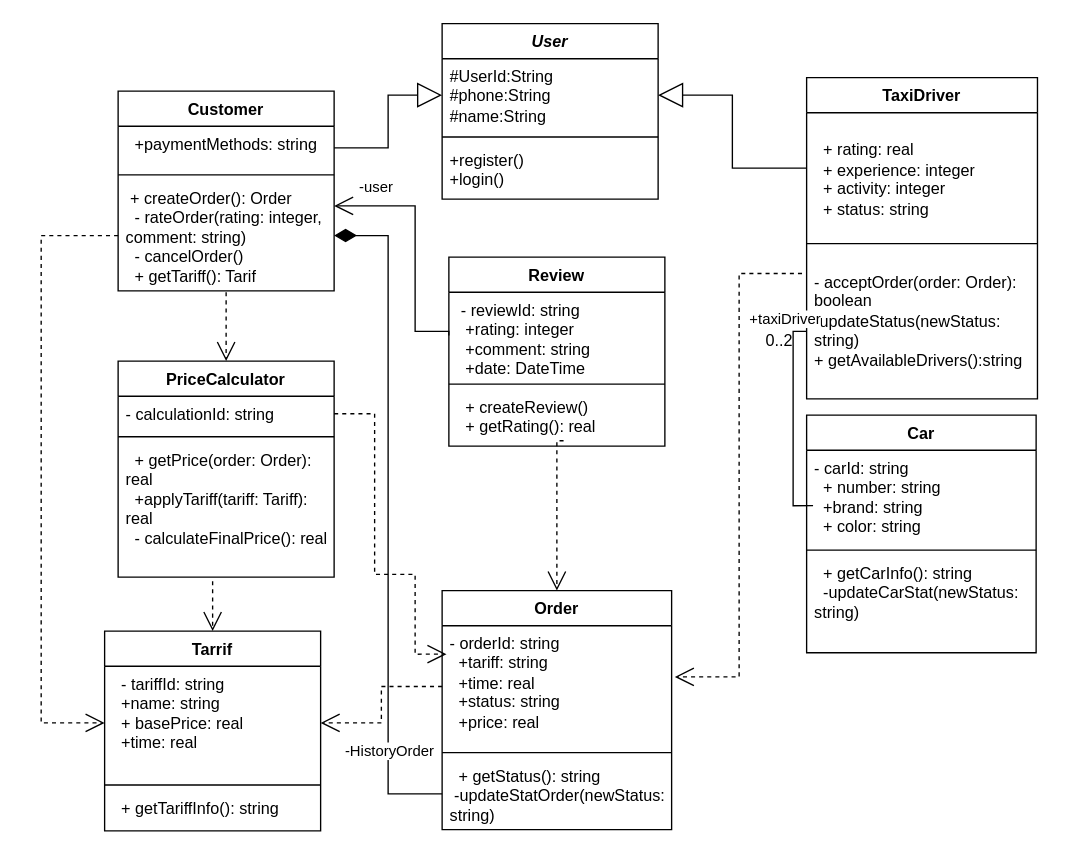
This is лаба2/диаграмма классов.drawio from googlevlad/Lebedkin_vlad_ooap_lab1, a draw.io file, before an edit. Source tidied: cells renumbered, new cells numbered last; positions are measured from the earlier drawing's top-left corner, leaving out a move shared by most shapes. Both pictures are drawn from the tidied source at 135%, with x=0, y=0 at pixel (40, 23).
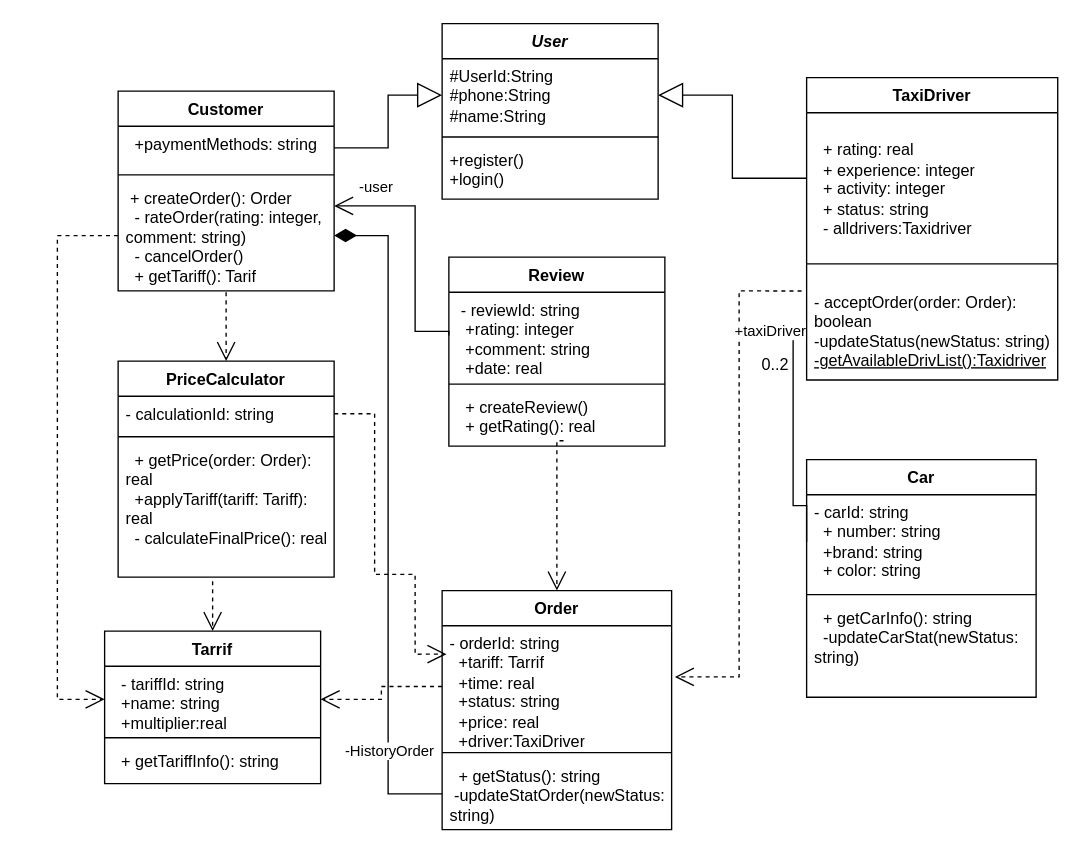
Above is the later version.

The change refers to these unchanged cells:
```xml
<mxCell id="9" value="&lt;div&gt;&amp;nbsp;+ createOrder(): Order&lt;/div&gt;&lt;div&gt;&amp;nbsp; - rateOrder(rating: integer, comment: string)&lt;/div&gt;&lt;div&gt;&amp;nbsp; - cancelOrder()&lt;/div&gt;&lt;div&gt;&amp;nbsp; + getTariff(): Tarif&lt;/div&gt;" style="text;strokeColor=none;fillColor=none;align=left;verticalAlign=top;spacingLeft=4;spacingRight=4;overflow=hidden;points=[[0,0.5],[1,0.5]];portConstraint=eastwest;whiteSpace=wrap;html=1;" parent="6" vertex="1">
  <mxGeometry y="66" width="160" height="82" as="geometry" />
</mxCell>
<mxCell id="18" value="Order" style="swimlane;fontStyle=1;align=center;verticalAlign=top;horizontal=1;startSize=26;whiteSpace=wrap;html=1;" parent="1" vertex="1">
  <mxGeometry x="297" y="420" width="170" height="177" as="geometry" />
</mxCell>
<mxCell id="23" value="&lt;div&gt;- carId: string&lt;/div&gt;&lt;div&gt;&amp;nbsp; + number: string&lt;/div&gt;&lt;div&gt;&amp;nbsp; +brand: string&lt;/div&gt;&lt;div&gt;&amp;nbsp; + color: string&lt;/div&gt;" style="text;strokeColor=none;fillColor=none;align=left;verticalAlign=top;spacingLeft=4;spacingRight=4;overflow=hidden;points=[[0,0.5],[1,0.5]];portConstraint=eastwest;whiteSpace=wrap;html=1;" parent="22" vertex="1">
  <mxGeometry y="26" width="170" height="70" as="geometry" />
</mxCell>
<mxCell id="30" value="Review" style="swimlane;fontStyle=1;align=center;verticalAlign=top;horizontal=1;startSize=26;whiteSpace=wrap;html=1;" parent="1" vertex="1">
  <mxGeometry x="302" y="173" width="160" height="140" as="geometry" />
</mxCell>
```

Diff of the diagram source:
```diff
@@
     <mxCell id="10" value="TaxiDriver" style="swimlane;fontStyle=1;align=center;verticalAlign=top;horizontal=1;startSize=26;whiteSpace=wrap;html=1;" parent="1" vertex="1">
-      <mxGeometry x="567" y="40" width="171" height="238" as="geometry" />
+      <mxGeometry x="567" y="40" width="186" height="224" as="geometry" />
     </mxCell>
-    <mxCell id="11" value="&lt;div&gt;&lt;br&gt;&lt;/div&gt;&lt;div&gt;&amp;nbsp; + rating: real&lt;/div&gt;&lt;div&gt;&amp;nbsp; + experience: integer&lt;/div&gt;&lt;div&gt;&amp;nbsp; + activity: integer&lt;/div&gt;&lt;div&gt;&amp;nbsp; + status: string&lt;/div&gt;&lt;div&gt;&amp;nbsp;&amp;nbsp;&lt;/div&gt;&lt;div&gt;&amp;nbsp;&amp;nbsp;&lt;br&gt;&lt;/div&gt;" style="text;strokeColor=none;fillColor=none;align=left;verticalAlign=top;spacingLeft=4;spacingRight=4;overflow=hidden;points=[[0,0.5],[1,0.5]];portConstraint=eastwest;whiteSpace=wrap;html=1;" parent="10" vertex="1">
-      <mxGeometry y="26" width="171" height="82" as="geometry" />
+    <mxCell id="11" value="&lt;div&gt;&lt;br&gt;&lt;/div&gt;&lt;div&gt;&amp;nbsp; + rating: real&lt;/div&gt;&lt;div&gt;&amp;nbsp; + experience: integer&lt;/div&gt;&lt;div&gt;&amp;nbsp; + activity: integer&lt;/div&gt;&lt;div&gt;&amp;nbsp; + status: string&lt;/div&gt;&lt;div&gt;&amp;nbsp; - alldrivers:Taxidriver&lt;/div&gt;&lt;div&gt;&amp;nbsp;&amp;nbsp;&lt;/div&gt;&lt;div&gt;&amp;nbsp;&amp;nbsp;&lt;br&gt;&lt;/div&gt;" style="text;strokeColor=none;fillColor=none;align=left;verticalAlign=top;spacingLeft=4;spacingRight=4;overflow=hidden;points=[[0,0.5],[1,0.5]];portConstraint=eastwest;whiteSpace=wrap;html=1;" parent="10" vertex="1">
+      <mxGeometry y="26" width="186" height="97" as="geometry" />
     </mxCell>
     <mxCell id="12" style="line;strokeWidth=1;fillColor=none;align=left;verticalAlign=middle;spacingTop=-1;spacingLeft=3;spacingRight=3;labelPosition=right;strokeColor=inherit;" parent="10" vertex="1">
-      <mxGeometry y="108" width="171" height="30" as="geometry" />
+      <mxGeometry y="123" width="186" height="30" as="geometry" />
     </mxCell>
-    <mxCell id="13" value="&lt;div&gt;- acceptOrder(order: Order): boolean&lt;/div&gt;&lt;div&gt;-updateStatus(newStatus: string)&lt;/div&gt;&lt;div&gt;+ getAvailableDrivers():string&lt;/div&gt;" style="text;strokeColor=none;fillColor=none;align=left;verticalAlign=top;spacingLeft=4;spacingRight=4;overflow=hidden;points=[[0,0.5],[1,0.5]];portConstraint=eastwest;whiteSpace=wrap;html=1;" parent="10" vertex="1">
-      <mxGeometry y="138" width="171" height="100" as="geometry" />
+    <mxCell id="13" value="&lt;div&gt;- acceptOrder(order: Order): boolean&lt;/div&gt;&lt;div&gt;-updateStatus(newStatus: string)&lt;/div&gt;&lt;div&gt;&lt;u&gt;-getAvailableDrivList():Taxidriver&lt;/u&gt;&lt;/div&gt;" style="text;strokeColor=none;fillColor=none;align=left;verticalAlign=top;spacingLeft=4;spacingRight=4;overflow=hidden;points=[[0,0.5],[1,0.5]];portConstraint=eastwest;whiteSpace=wrap;html=1;" parent="10" vertex="1">
+      <mxGeometry y="153" width="186" height="71" as="geometry" />
     </mxCell>
@@
-    <mxCell id="19" value="&lt;div&gt;- orderId: string&lt;/div&gt;&lt;div&gt;&amp;nbsp; +tariff: string&lt;/div&gt;&lt;div&gt;&amp;nbsp; +time: real&lt;/div&gt;&lt;div&gt;&lt;span style=&quot;background-color: transparent; color: light-dark(rgb(0, 0, 0), rgb(255, 255, 255));&quot;&gt;&amp;nbsp; +status: string&lt;/span&gt;&lt;/div&gt;&lt;div&gt;&amp;nbsp; +price: real&lt;/div&gt;" style="text;strokeColor=none;fillColor=none;align=left;verticalAlign=top;spacingLeft=4;spacingRight=4;overflow=hidden;points=[[0,0.5],[1,0.5]];portConstraint=eastwest;whiteSpace=wrap;html=1;" parent="18" vertex="1">
+    <mxCell id="19" value="&lt;div&gt;- orderId: string&lt;/div&gt;&lt;div&gt;&amp;nbsp; +tariff: Tarrif&lt;/div&gt;&lt;div&gt;&amp;nbsp; +time: real&lt;/div&gt;&lt;div&gt;&lt;span style=&quot;background-color: transparent; color: light-dark(rgb(0, 0, 0), rgb(255, 255, 255));&quot;&gt;&amp;nbsp; +status: string&lt;/span&gt;&lt;/div&gt;&lt;div&gt;&amp;nbsp; +price: real&lt;/div&gt;&lt;div&gt;&amp;nbsp; +driver:TaxiDriver&lt;/div&gt;" style="text;strokeColor=none;fillColor=none;align=left;verticalAlign=top;spacingLeft=4;spacingRight=4;overflow=hidden;points=[[0,0.5],[1,0.5]];portConstraint=eastwest;whiteSpace=wrap;html=1;" parent="18" vertex="1">
       <mxGeometry y="26" width="170" height="90" as="geometry" />
     </mxCell>
@@
     <mxCell id="22" value="Car" style="swimlane;fontStyle=1;align=center;verticalAlign=top;horizontal=1;startSize=26;whiteSpace=wrap;html=1;" parent="1" vertex="1">
-      <mxGeometry x="567" y="290" width="170" height="176" as="geometry" />
+      <mxGeometry x="567" y="323" width="170" height="176" as="geometry" />
     </mxCell>
@@
     <mxCell id="26" value="Tarrif" style="swimlane;fontStyle=1;align=center;verticalAlign=top;horizontal=1;startSize=26;whiteSpace=wrap;html=1;" parent="1" vertex="1">
-      <mxGeometry x="47" y="450" width="160" height="148" as="geometry" />
+      <mxGeometry x="47" y="450" width="160" height="113" as="geometry" />
     </mxCell>
-    <mxCell id="27" value="&lt;div&gt;&amp;nbsp; - tariffId: string&lt;/div&gt;&lt;div&gt;&amp;nbsp; +name: string&lt;/div&gt;&lt;div&gt;&amp;nbsp; + basePrice: real&lt;/div&gt;&lt;div&gt;&amp;nbsp; +time: real&lt;/div&gt;" style="text;strokeColor=none;fillColor=none;align=left;verticalAlign=top;spacingLeft=4;spacingRight=4;overflow=hidden;points=[[0,0.5],[1,0.5]];portConstraint=eastwest;whiteSpace=wrap;html=1;" parent="26" vertex="1">
-      <mxGeometry y="26" width="160" height="84" as="geometry" />
+    <mxCell id="27" value="&lt;div&gt;&amp;nbsp; - tariffId: string&lt;/div&gt;&lt;div&gt;&amp;nbsp; +name: string&lt;/div&gt;&lt;div&gt;&amp;nbsp; +multiplier:real&lt;/div&gt;&lt;div&gt;&amp;nbsp;&amp;nbsp;&lt;/div&gt;" style="text;strokeColor=none;fillColor=none;align=left;verticalAlign=top;spacingLeft=4;spacingRight=4;overflow=hidden;points=[[0,0.5],[1,0.5]];portConstraint=eastwest;whiteSpace=wrap;html=1;" parent="26" vertex="1">
+      <mxGeometry y="26" width="160" height="49" as="geometry" />
     </mxCell>
     <mxCell id="28" style="line;strokeWidth=1;fillColor=none;align=left;verticalAlign=middle;spacingTop=-1;spacingLeft=3;spacingRight=3;labelPosition=right;strokeColor=inherit;" parent="26" vertex="1">
-      <mxGeometry y="110" width="160" height="8" as="geometry" />
+      <mxGeometry y="75" width="160" height="8" as="geometry" />
     </mxCell>
     <mxCell id="29" value="&lt;div&gt;&lt;span style=&quot;background-color: transparent; color: light-dark(rgb(0, 0, 0), rgb(255, 255, 255));&quot;&gt;&amp;nbsp; + getTariffInfo(): string&lt;/span&gt;&lt;/div&gt;" style="text;strokeColor=none;fillColor=none;align=left;verticalAlign=top;spacingLeft=4;spacingRight=4;overflow=hidden;whiteSpace=wrap;html=1;" parent="26" vertex="1">
-      <mxGeometry y="118" width="160" height="30" as="geometry" />
+      <mxGeometry y="83" width="160" height="30" as="geometry" />
     </mxCell>
@@
-    <mxCell id="31" value="&lt;div&gt;&amp;nbsp;- reviewId: string&lt;/div&gt;&lt;div&gt;&amp;nbsp; +rating: integer&lt;/div&gt;&lt;div&gt;&amp;nbsp; +comment: string&lt;/div&gt;&lt;div&gt;&amp;nbsp; +date: DateTime&lt;/div&gt;" style="text;strokeColor=none;fillColor=none;align=left;verticalAlign=top;spacingLeft=4;spacingRight=4;overflow=hidden;points=[[0,0.5],[1,0.5]];portConstraint=eastwest;whiteSpace=wrap;html=1;" parent="30" vertex="1">
+    <mxCell id="31" value="&lt;div&gt;&amp;nbsp;- reviewId: string&lt;/div&gt;&lt;div&gt;&amp;nbsp; +rating: integer&lt;/div&gt;&lt;div&gt;&amp;nbsp; +comment: string&lt;/div&gt;&lt;div&gt;&amp;nbsp; +date: real&lt;/div&gt;" style="text;strokeColor=none;fillColor=none;align=left;verticalAlign=top;spacingLeft=4;spacingRight=4;overflow=hidden;points=[[0,0.5],[1,0.5]];portConstraint=eastwest;whiteSpace=wrap;html=1;" parent="30" vertex="1">
       <mxGeometry y="26" width="160" height="64" as="geometry" />
     </mxCell>
@@
-    <mxCell id="44" style="endArrow=none;endFill=0;endSize=12;html=1;rounded=0;exitX=0;exitY=0.5;exitDx=0;exitDy=0;edgeStyle=orthogonalEdgeStyle;entryX=0.028;entryY=0.587;entryDx=0;entryDy=0;entryPerimeter=0;" parent="1" edge="1" source="13" target="23">
+    <mxCell id="44" style="endArrow=none;endFill=0;endSize=12;html=1;rounded=0;exitX=0;exitY=0.5;exitDx=0;exitDy=0;edgeStyle=orthogonalEdgeStyle;entryX=0;entryY=0.5;entryDx=0;entryDy=0;" parent="1" edge="1" source="13" target="23">
       <mxGeometry relative="1" as="geometry">
         <Array as="points">
-          <mxPoint x="557" y="228" />
+          <mxPoint x="557" y="229" />
           <mxPoint x="557" y="357" />
+          <mxPoint x="567" y="357" />
         </Array>
       </mxGeometry>
     </mxCell>
     <mxCell id="45" value="+taxiDriver" style="edgeLabel;html=1;align=center;verticalAlign=middle;" parent="44" vertex="1">
       <mxGeometry x="-0.17" y="-3" relative="1" as="geometry">
-        <mxPoint x="-4" y="-64" as="offset" />
+        <mxPoint x="-15" y="-64" as="offset" />
       </mxGeometry>
     </mxCell>
@@
     <mxCell id="48" value="0..2" style="text;html=1;whiteSpace=wrap;strokeColor=none;fillColor=none;align=center;verticalAlign=middle;rounded=0;" parent="1" vertex="1">
-      <mxGeometry x="517" y="220" width="60" height="30" as="geometry" />
+      <mxGeometry x="514" y="238" width="60" height="30" as="geometry" />
     </mxCell>
     <mxCell id="49" style="endArrow=open;endSize=12;dashed=1;html=1;rounded=0;exitX=0;exitY=0.5;exitDx=0;exitDy=0;edgeStyle=orthogonalEdgeStyle;entryX=0;entryY=0.5;entryDx=0;entryDy=0;" parent="1" edge="1" source="9" target="27">
       <mxGeometry relative="1" as="geometry">
         <Array as="points">
-          <mxPoint y="157" />
-          <mxPoint y="518" />
+          <mxPoint x="12" y="157" />
+          <mxPoint x="12" y="501" />
         </Array>
       </mxGeometry>
     </mxCell>
```
